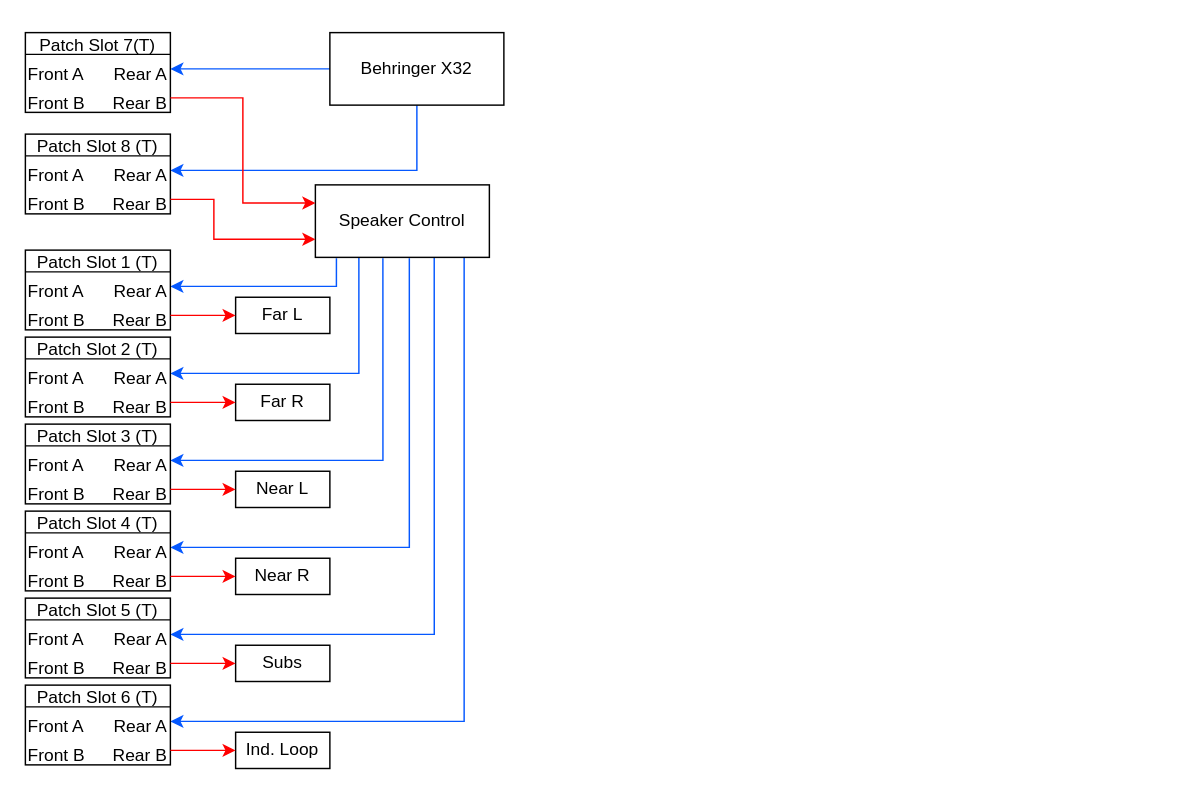
This is page "Page-8" (8 of 9) of bedlam.drawio from leon0241/bedlam-audio-route, a draw.io file, before an edit. Source tidied: cells renumbered, new cells numbered last; positions are measured from the earlier drawing's top-left corner, leaving out a move shared by most shapes. Both pictures are drawn from the tidied source at 145%, with x=0, y=0 at pixel (25, 25).
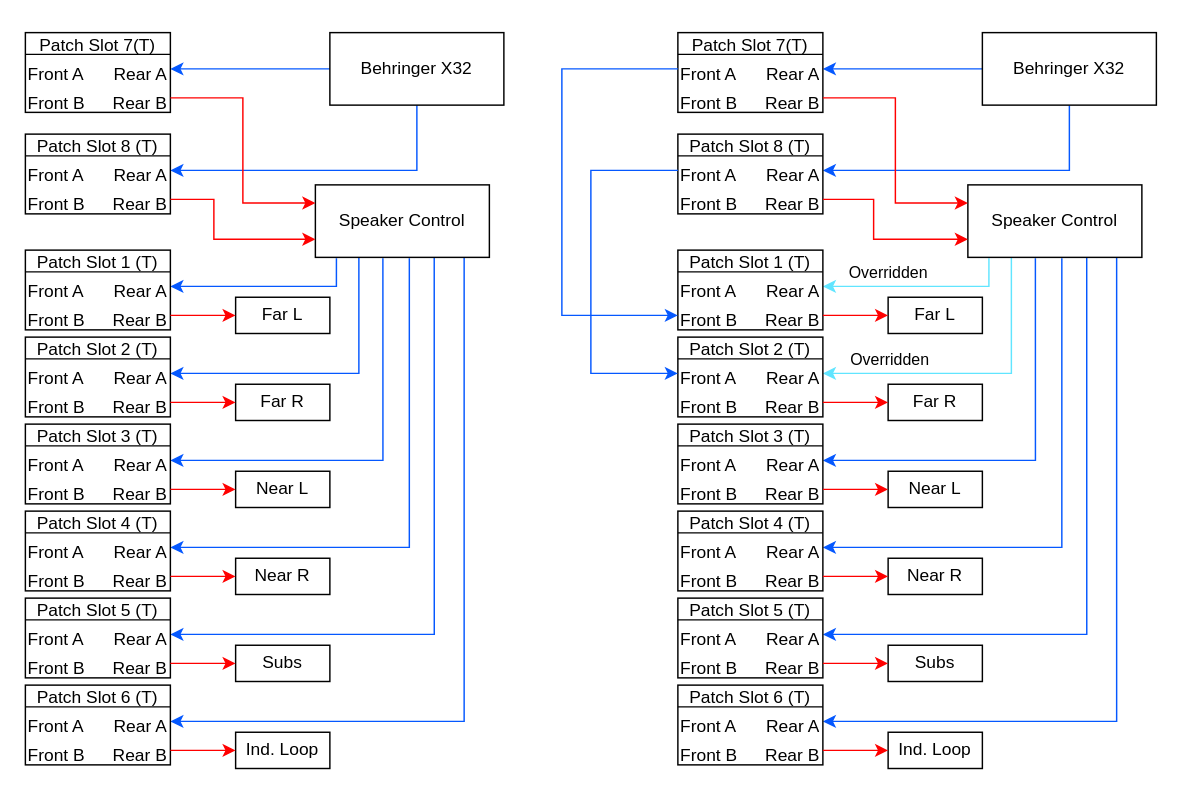
Above is the later version.

What changed in the source:
```diff
@@
+    <mxCell id="90" style="edgeStyle=orthogonalEdgeStyle;rounded=0;jettySize=auto;html=1;exitX=0;exitY=0.5;exitDx=0;exitDy=0;entryX=1;entryY=0.5;entryDx=0;entryDy=0;strokeColor=#0558FF;" parent="1" edge="1" source="92" target="96">
+      <mxGeometry relative="1" as="geometry" />
+    </mxCell>
+    <mxCell id="91" style="edgeStyle=orthogonalEdgeStyle;rounded=0;jettySize=auto;html=1;exitX=0.5;exitY=1;exitDx=0;exitDy=0;entryX=1;entryY=0.5;entryDx=0;entryDy=0;strokeColor=#0558FF;" parent="1" edge="1" source="92" target="104">
+      <mxGeometry relative="1" as="geometry" />
+    </mxCell>
+    <mxCell id="92" value="Behringer X32" style="rounded=0;whiteSpace=wrap;html=1;" parent="1" vertex="1">
+      <mxGeometry x="660" y="5" width="120" height="50" as="geometry" />
+    </mxCell>
+    <mxCell id="93" style="group;" parent="1" vertex="1">
+      <mxGeometry x="450" width="100" height="60" as="geometry" />
+    </mxCell>
+    <mxCell id="94" style="rounded=0;whiteSpace=wrap;html=1;" parent="93" vertex="1">
+      <mxGeometry y="5" width="100" height="55" as="geometry" />
+    </mxCell>
+    <mxCell id="95" value="Front A" style="text;html=1;whiteSpace=wrap;overflow=hidden;rounded=0;" parent="93" vertex="1">
+      <mxGeometry y="20" width="50" height="20" as="geometry" />
+    </mxCell>
+    <mxCell id="96" value="&lt;div align=&quot;right&quot;&gt;Rear A&lt;/div&gt;" style="text;html=1;whiteSpace=wrap;overflow=hidden;rounded=0;align=right;" parent="93" vertex="1">
+      <mxGeometry x="50" y="20" width="50" height="20" as="geometry" />
+    </mxCell>
+    <mxCell id="97" value="&lt;div align=&quot;right&quot;&gt;Rear B&lt;/div&gt;" style="text;html=1;whiteSpace=wrap;overflow=hidden;rounded=0;align=right;" parent="93" vertex="1">
+      <mxGeometry x="50" y="40" width="50" height="20" as="geometry" />
+    </mxCell>
+    <mxCell id="98" value="Front B" style="text;html=1;whiteSpace=wrap;overflow=hidden;rounded=0;" parent="93" vertex="1">
+      <mxGeometry y="40" width="50" height="20" as="geometry" />
+    </mxCell>
+    <mxCell id="99" style="endArrow=none;html=1;rounded=0;exitX=0;exitY=0;exitDx=0;exitDy=0;entryX=1;entryY=0;entryDx=0;entryDy=0;" parent="93" edge="1" source="95" target="96">
+      <mxGeometry relative="1" as="geometry" />
+    </mxCell>
+    <mxCell id="100" value="Patch Slot 7(T)" style="text;html=1;whiteSpace=wrap;overflow=hidden;rounded=0;align=center;" parent="93" vertex="1">
+      <mxGeometry width="100" height="20" as="geometry" />
+    </mxCell>
+    <mxCell id="101" style="group;" parent="1" vertex="1">
+      <mxGeometry x="450" y="70" width="100" height="60" as="geometry" />
+    </mxCell>
+    <mxCell id="102" style="rounded=0;whiteSpace=wrap;html=1;" parent="101" vertex="1">
+      <mxGeometry y="5" width="100" height="55" as="geometry" />
+    </mxCell>
+    <mxCell id="103" value="Front A" style="text;html=1;whiteSpace=wrap;overflow=hidden;rounded=0;" parent="101" vertex="1">
+      <mxGeometry y="20" width="50" height="20" as="geometry" />
+    </mxCell>
+    <mxCell id="104" value="&lt;div align=&quot;right&quot;&gt;Rear A&lt;/div&gt;" style="text;html=1;whiteSpace=wrap;overflow=hidden;rounded=0;align=right;" parent="101" vertex="1">
+      <mxGeometry x="50" y="20" width="50" height="20" as="geometry" />
+    </mxCell>
+    <mxCell id="105" value="&lt;div align=&quot;right&quot;&gt;Rear B&lt;/div&gt;" style="text;html=1;whiteSpace=wrap;overflow=hidden;rounded=0;align=right;" parent="101" vertex="1">
+      <mxGeometry x="50" y="40" width="50" height="20" as="geometry" />
+    </mxCell>
+    <mxCell id="106" value="Front B" style="text;html=1;whiteSpace=wrap;overflow=hidden;rounded=0;" parent="101" vertex="1">
+      <mxGeometry y="40" width="50" height="20" as="geometry" />
+    </mxCell>
+    <mxCell id="107" style="endArrow=none;html=1;rounded=0;exitX=0;exitY=0;exitDx=0;exitDy=0;entryX=1;entryY=0;entryDx=0;entryDy=0;" parent="101" edge="1" source="103" target="104">
+      <mxGeometry relative="1" as="geometry" />
+    </mxCell>
+    <mxCell id="108" value="Patch Slot 8 (T)" style="text;html=1;whiteSpace=wrap;overflow=hidden;rounded=0;align=center;" parent="101" vertex="1">
+      <mxGeometry width="100" height="20" as="geometry" />
+    </mxCell>
+    <mxCell id="109" style="edgeStyle=orthogonalEdgeStyle;rounded=0;jettySize=auto;html=1;exitX=0.121;exitY=1.011;exitDx=0;exitDy=0;entryX=1;entryY=0.5;entryDx=0;entryDy=0;exitPerimeter=0;strokeColor=#61E5FF;" parent="1" edge="1" source="117" target="123">
+      <mxGeometry relative="1" as="geometry" />
+    </mxCell>
+    <mxCell id="110" value="Overridden" style="edgeLabel;html=1;align=center;verticalAlign=middle;strokeColor=#FF0000;" parent="109" vertex="1">
+      <mxGeometry x="0.74" relative="1" as="geometry">
+        <mxPoint x="28" y="-10" as="offset" />
+      </mxGeometry>
+    </mxCell>
+    <mxCell id="111" style="edgeStyle=orthogonalEdgeStyle;rounded=0;jettySize=auto;html=1;exitX=0.25;exitY=1;exitDx=0;exitDy=0;entryX=1;entryY=0.5;entryDx=0;entryDy=0;strokeColor=#61E5FF;" parent="1" edge="1" source="117" target="131">
+      <mxGeometry relative="1" as="geometry" />
+    </mxCell>
+    <mxCell id="112" value="Overridden" style="edgeLabel;html=1;align=center;verticalAlign=middle;" parent="111" vertex="1">
+      <mxGeometry x="0.67" relative="1" as="geometry">
+        <mxPoint x="10" y="-10" as="offset" />
+      </mxGeometry>
+    </mxCell>
+    <mxCell id="113" style="edgeStyle=orthogonalEdgeStyle;rounded=0;jettySize=auto;html=1;exitX=0.388;exitY=1.011;exitDx=0;exitDy=0;entryX=1;entryY=0.5;entryDx=0;entryDy=0;exitPerimeter=0;strokeColor=#0558FF;" parent="1" edge="1" source="117" target="139">
+      <mxGeometry relative="1" as="geometry" />
+    </mxCell>
+    <mxCell id="114" style="edgeStyle=orthogonalEdgeStyle;rounded=0;jettySize=auto;html=1;exitX=0.54;exitY=1.011;exitDx=0;exitDy=0;entryX=1;entryY=0.5;entryDx=0;entryDy=0;exitPerimeter=0;strokeColor=#0558FF;" parent="1" edge="1" source="117" target="147">
+      <mxGeometry relative="1" as="geometry" />
+    </mxCell>
+    <mxCell id="115" style="edgeStyle=orthogonalEdgeStyle;rounded=0;jettySize=auto;html=1;exitX=0.683;exitY=1;exitDx=0;exitDy=0;entryX=1;entryY=0.5;entryDx=0;entryDy=0;exitPerimeter=0;strokeColor=#0558FF;" parent="1" edge="1" source="117" target="155">
+      <mxGeometry relative="1" as="geometry" />
+    </mxCell>
+    <mxCell id="116" style="edgeStyle=orthogonalEdgeStyle;rounded=0;jettySize=auto;html=1;exitX=0.855;exitY=1;exitDx=0;exitDy=0;entryX=1;entryY=0.5;entryDx=0;entryDy=0;exitPerimeter=0;strokeColor=#0558FF;" parent="1" edge="1" source="117" target="163">
+      <mxGeometry relative="1" as="geometry" />
+    </mxCell>
+    <mxCell id="117" value="Speaker Control" style="rounded=0;whiteSpace=wrap;html=1;" parent="1" vertex="1">
+      <mxGeometry x="650" y="110" width="120" height="50" as="geometry" />
+    </mxCell>
+    <mxCell id="118" style="edgeStyle=orthogonalEdgeStyle;rounded=0;jettySize=auto;html=1;exitX=1;exitY=0.5;exitDx=0;exitDy=0;entryX=0;entryY=0.25;entryDx=0;entryDy=0;strokeColor=#FF0000;" parent="1" edge="1" source="97" target="117">
+      <mxGeometry relative="1" as="geometry" />
+    </mxCell>
+    <mxCell id="119" style="edgeStyle=orthogonalEdgeStyle;rounded=0;jettySize=auto;html=1;exitX=1;exitY=0.5;exitDx=0;exitDy=0;entryX=0;entryY=0.75;entryDx=0;entryDy=0;strokeColor=#FF0000;" parent="1" edge="1" source="105" target="117">
+      <mxGeometry relative="1" as="geometry">
+        <Array as="points">
+          <mxPoint x="585" y="120" />
+          <mxPoint x="585" y="148" />
+        </Array>
+      </mxGeometry>
+    </mxCell>
+    <mxCell id="120" style="group;" parent="1" vertex="1">
+      <mxGeometry x="450" y="150" width="100" height="60" as="geometry" />
+    </mxCell>
+    <mxCell id="121" style="rounded=0;whiteSpace=wrap;html=1;" parent="120" vertex="1">
+      <mxGeometry y="5" width="100" height="55" as="geometry" />
+    </mxCell>
+    <mxCell id="122" value="Front A" style="text;html=1;whiteSpace=wrap;overflow=hidden;rounded=0;" parent="120" vertex="1">
+      <mxGeometry y="20" width="50" height="20" as="geometry" />
+    </mxCell>
+    <mxCell id="123" value="&lt;div align=&quot;right&quot;&gt;Rear A&lt;/div&gt;" style="text;html=1;whiteSpace=wrap;overflow=hidden;rounded=0;align=right;" parent="120" vertex="1">
+      <mxGeometry x="50" y="20" width="50" height="20" as="geometry" />
+    </mxCell>
+    <mxCell id="124" value="&lt;div align=&quot;right&quot;&gt;Rear B&lt;/div&gt;" style="text;html=1;whiteSpace=wrap;overflow=hidden;rounded=0;align=right;" parent="120" vertex="1">
+      <mxGeometry x="50" y="40" width="50" height="20" as="geometry" />
+    </mxCell>
+    <mxCell id="125" value="Front B" style="text;html=1;whiteSpace=wrap;overflow=hidden;rounded=0;" parent="120" vertex="1">
+      <mxGeometry y="40" width="50" height="20" as="geometry" />
+    </mxCell>
+    <mxCell id="126" style="endArrow=none;html=1;rounded=0;exitX=0;exitY=0;exitDx=0;exitDy=0;entryX=1;entryY=0;entryDx=0;entryDy=0;" parent="120" edge="1" source="122" target="123">
+      <mxGeometry relative="1" as="geometry" />
+    </mxCell>
+    <mxCell id="127" value="Patch Slot 1 (T)" style="text;html=1;whiteSpace=wrap;overflow=hidden;rounded=0;align=center;" parent="120" vertex="1">
+      <mxGeometry width="100" height="20" as="geometry" />
+    </mxCell>
+    <mxCell id="128" style="group;" parent="1" vertex="1">
+      <mxGeometry x="450" y="210" width="100" height="60" as="geometry" />
+    </mxCell>
+    <mxCell id="129" style="rounded=0;whiteSpace=wrap;html=1;" parent="128" vertex="1">
+      <mxGeometry y="5" width="100" height="55" as="geometry" />
+    </mxCell>
+    <mxCell id="130" value="Front A" style="text;html=1;whiteSpace=wrap;overflow=hidden;rounded=0;" parent="128" vertex="1">
+      <mxGeometry y="20" width="50" height="20" as="geometry" />
+    </mxCell>
+    <mxCell id="131" value="&lt;div align=&quot;right&quot;&gt;Rear A&lt;/div&gt;" style="text;html=1;whiteSpace=wrap;overflow=hidden;rounded=0;align=right;" parent="128" vertex="1">
+      <mxGeometry x="50" y="20" width="50" height="20" as="geometry" />
+    </mxCell>
+    <mxCell id="132" value="&lt;div align=&quot;right&quot;&gt;Rear B&lt;/div&gt;" style="text;html=1;whiteSpace=wrap;overflow=hidden;rounded=0;align=right;" parent="128" vertex="1">
+      <mxGeometry x="50" y="40" width="50" height="20" as="geometry" />
+    </mxCell>
+    <mxCell id="133" value="Front B" style="text;html=1;whiteSpace=wrap;overflow=hidden;rounded=0;" parent="128" vertex="1">
+      <mxGeometry y="40" width="50" height="20" as="geometry" />
+    </mxCell>
+    <mxCell id="134" style="endArrow=none;html=1;rounded=0;exitX=0;exitY=0;exitDx=0;exitDy=0;entryX=1;entryY=0;entryDx=0;entryDy=0;" parent="128" edge="1" source="130" target="131">
+      <mxGeometry relative="1" as="geometry" />
+    </mxCell>
+    <mxCell id="135" value="Patch Slot 2 (T)" style="text;html=1;whiteSpace=wrap;overflow=hidden;rounded=0;align=center;" parent="128" vertex="1">
+      <mxGeometry width="100" height="20" as="geometry" />
+    </mxCell>
+    <mxCell id="136" style="group;" parent="1" vertex="1">
+      <mxGeometry x="450" y="270" width="100" height="60" as="geometry" />
+    </mxCell>
+    <mxCell id="137" style="rounded=0;whiteSpace=wrap;html=1;" parent="136" vertex="1">
+      <mxGeometry y="5" width="100" height="55" as="geometry" />
+    </mxCell>
+    <mxCell id="138" value="Front A" style="text;html=1;whiteSpace=wrap;overflow=hidden;rounded=0;" parent="136" vertex="1">
+      <mxGeometry y="20" width="50" height="20" as="geometry" />
+    </mxCell>
+    <mxCell id="139" value="&lt;div align=&quot;right&quot;&gt;Rear A&lt;/div&gt;" style="text;html=1;whiteSpace=wrap;overflow=hidden;rounded=0;align=right;" parent="136" vertex="1">
+      <mxGeometry x="50" y="20" width="50" height="20" as="geometry" />
+    </mxCell>
+    <mxCell id="140" value="&lt;div align=&quot;right&quot;&gt;Rear B&lt;/div&gt;" style="text;html=1;whiteSpace=wrap;overflow=hidden;rounded=0;align=right;" parent="136" vertex="1">
+      <mxGeometry x="50" y="40" width="50" height="20" as="geometry" />
+    </mxCell>
+    <mxCell id="141" value="Front B" style="text;html=1;whiteSpace=wrap;overflow=hidden;rounded=0;" parent="136" vertex="1">
+      <mxGeometry y="40" width="50" height="20" as="geometry" />
+    </mxCell>
+    <mxCell id="142" style="endArrow=none;html=1;rounded=0;exitX=0;exitY=0;exitDx=0;exitDy=0;entryX=1;entryY=0;entryDx=0;entryDy=0;" parent="136" edge="1" source="138" target="139">
+      <mxGeometry relative="1" as="geometry" />
+    </mxCell>
+    <mxCell id="143" value="Patch Slot 3 (T)" style="text;html=1;whiteSpace=wrap;overflow=hidden;rounded=0;align=center;" parent="136" vertex="1">
+      <mxGeometry width="100" height="20" as="geometry" />
+    </mxCell>
+    <mxCell id="144" style="group;" parent="1" vertex="1">
+      <mxGeometry x="450" y="330" width="100" height="60" as="geometry" />
+    </mxCell>
+    <mxCell id="145" style="rounded=0;whiteSpace=wrap;html=1;" parent="144" vertex="1">
+      <mxGeometry y="5" width="100" height="55" as="geometry" />
+    </mxCell>
+    <mxCell id="146" value="Front A" style="text;html=1;whiteSpace=wrap;overflow=hidden;rounded=0;" parent="144" vertex="1">
+      <mxGeometry y="20" width="50" height="20" as="geometry" />
+    </mxCell>
+    <mxCell id="147" value="&lt;div align=&quot;right&quot;&gt;Rear A&lt;/div&gt;" style="text;html=1;whiteSpace=wrap;overflow=hidden;rounded=0;align=right;" parent="144" vertex="1">
+      <mxGeometry x="50" y="20" width="50" height="20" as="geometry" />
+    </mxCell>
+    <mxCell id="148" value="&lt;div align=&quot;right&quot;&gt;Rear B&lt;/div&gt;" style="text;html=1;whiteSpace=wrap;overflow=hidden;rounded=0;align=right;" parent="144" vertex="1">
+      <mxGeometry x="50" y="40" width="50" height="20" as="geometry" />
+    </mxCell>
+    <mxCell id="149" value="Front B" style="text;html=1;whiteSpace=wrap;overflow=hidden;rounded=0;" parent="144" vertex="1">
+      <mxGeometry y="40" width="50" height="20" as="geometry" />
+    </mxCell>
+    <mxCell id="150" style="endArrow=none;html=1;rounded=0;exitX=0;exitY=0;exitDx=0;exitDy=0;entryX=1;entryY=0;entryDx=0;entryDy=0;" parent="144" edge="1" source="146" target="147">
+      <mxGeometry relative="1" as="geometry" />
+    </mxCell>
+    <mxCell id="151" value="Patch Slot 4 (T)" style="text;html=1;whiteSpace=wrap;overflow=hidden;rounded=0;align=center;" parent="144" vertex="1">
+      <mxGeometry width="100" height="20" as="geometry" />
+    </mxCell>
+    <mxCell id="152" style="group;" parent="1" vertex="1">
+      <mxGeometry x="450" y="390" width="100" height="60" as="geometry" />
+    </mxCell>
+    <mxCell id="153" style="rounded=0;whiteSpace=wrap;html=1;" parent="152" vertex="1">
+      <mxGeometry y="5" width="100" height="55" as="geometry" />
+    </mxCell>
+    <mxCell id="154" value="Front A" style="text;html=1;whiteSpace=wrap;overflow=hidden;rounded=0;" parent="152" vertex="1">
+      <mxGeometry y="20" width="50" height="20" as="geometry" />
+    </mxCell>
+    <mxCell id="155" value="&lt;div align=&quot;right&quot;&gt;Rear A&lt;/div&gt;" style="text;html=1;whiteSpace=wrap;overflow=hidden;rounded=0;align=right;" parent="152" vertex="1">
+      <mxGeometry x="50" y="20" width="50" height="20" as="geometry" />
+    </mxCell>
+    <mxCell id="156" value="&lt;div align=&quot;right&quot;&gt;Rear B&lt;/div&gt;" style="text;html=1;whiteSpace=wrap;overflow=hidden;rounded=0;align=right;" parent="152" vertex="1">
+      <mxGeometry x="50" y="40" width="50" height="20" as="geometry" />
+    </mxCell>
+    <mxCell id="157" value="Front B" style="text;html=1;whiteSpace=wrap;overflow=hidden;rounded=0;" parent="152" vertex="1">
+      <mxGeometry y="40" width="50" height="20" as="geometry" />
+    </mxCell>
+    <mxCell id="158" style="endArrow=none;html=1;rounded=0;exitX=0;exitY=0;exitDx=0;exitDy=0;entryX=1;entryY=0;entryDx=0;entryDy=0;" parent="152" edge="1" source="154" target="155">
+      <mxGeometry relative="1" as="geometry" />
+    </mxCell>
+    <mxCell id="159" value="Patch Slot 5 (T)" style="text;html=1;whiteSpace=wrap;overflow=hidden;rounded=0;align=center;" parent="152" vertex="1">
+      <mxGeometry width="100" height="20" as="geometry" />
+    </mxCell>
+    <mxCell id="160" style="group;" parent="1" vertex="1">
+      <mxGeometry x="450" y="450" width="100" height="60" as="geometry" />
+    </mxCell>
+    <mxCell id="161" style="rounded=0;whiteSpace=wrap;html=1;" parent="160" vertex="1">
+      <mxGeometry y="5" width="100" height="55" as="geometry" />
+    </mxCell>
+    <mxCell id="162" value="Front A" style="text;html=1;whiteSpace=wrap;overflow=hidden;rounded=0;" parent="160" vertex="1">
+      <mxGeometry y="20" width="50" height="20" as="geometry" />
+    </mxCell>
+    <mxCell id="163" value="&lt;div align=&quot;right&quot;&gt;Rear A&lt;/div&gt;" style="text;html=1;whiteSpace=wrap;overflow=hidden;rounded=0;align=right;" parent="160" vertex="1">
+      <mxGeometry x="50" y="20" width="50" height="20" as="geometry" />
+    </mxCell>
+    <mxCell id="164" value="&lt;div align=&quot;right&quot;&gt;Rear B&lt;/div&gt;" style="text;html=1;whiteSpace=wrap;overflow=hidden;rounded=0;align=right;" parent="160" vertex="1">
+      <mxGeometry x="50" y="40" width="50" height="20" as="geometry" />
+    </mxCell>
+    <mxCell id="165" value="Front B" style="text;html=1;whiteSpace=wrap;overflow=hidden;rounded=0;" parent="160" vertex="1">
+      <mxGeometry y="40" width="50" height="20" as="geometry" />
+    </mxCell>
+    <mxCell id="166" style="endArrow=none;html=1;rounded=0;exitX=0;exitY=0;exitDx=0;exitDy=0;entryX=1;entryY=0;entryDx=0;entryDy=0;" parent="160" edge="1" source="162" target="163">
+      <mxGeometry relative="1" as="geometry" />
+    </mxCell>
+    <mxCell id="167" value="Patch Slot 6 (T)" style="text;html=1;whiteSpace=wrap;overflow=hidden;rounded=0;align=center;" parent="160" vertex="1">
+      <mxGeometry width="100" height="20" as="geometry" />
+    </mxCell>
+    <mxCell id="168" value="Far L" style="whiteSpace=wrap;html=1;" parent="1" vertex="1">
+      <mxGeometry x="595" y="187.5" width="65" height="25" as="geometry" />
+    </mxCell>
+    <mxCell id="169" style="edgeStyle=orthogonalEdgeStyle;rounded=0;jettySize=auto;html=1;strokeColor=#FF0000;" parent="1" edge="1" source="124" target="168">
+      <mxGeometry relative="1" as="geometry" />
+    </mxCell>
+    <mxCell id="170" value="Far R" style="whiteSpace=wrap;html=1;" parent="1" vertex="1">
+      <mxGeometry x="595" y="247.5" width="65" height="25" as="geometry" />
+    </mxCell>
+    <mxCell id="171" style="edgeStyle=orthogonalEdgeStyle;rounded=0;jettySize=auto;html=1;strokeColor=#FF0000;exitX=1;exitY=0.5;exitDx=0;exitDy=0;" parent="1" edge="1" source="132" target="170">
+      <mxGeometry relative="1" as="geometry" />
+    </mxCell>
+    <mxCell id="172" value="Near L" style="whiteSpace=wrap;html=1;" parent="1" vertex="1">
+      <mxGeometry x="595" y="307.5" width="65" height="25" as="geometry" />
+    </mxCell>
+    <mxCell id="173" style="edgeStyle=orthogonalEdgeStyle;rounded=0;jettySize=auto;html=1;strokeColor=#FF0000;exitX=1;exitY=0.5;exitDx=0;exitDy=0;" parent="1" edge="1" source="140" target="172">
+      <mxGeometry relative="1" as="geometry" />
+    </mxCell>
+    <mxCell id="174" value="Near R" style="whiteSpace=wrap;html=1;" parent="1" vertex="1">
+      <mxGeometry x="595" y="367.5" width="65" height="25" as="geometry" />
+    </mxCell>
+    <mxCell id="175" style="edgeStyle=orthogonalEdgeStyle;rounded=0;jettySize=auto;html=1;strokeColor=#FF0000;exitX=1;exitY=0.5;exitDx=0;exitDy=0;" parent="1" edge="1" source="148" target="174">
+      <mxGeometry relative="1" as="geometry" />
+    </mxCell>
+    <mxCell id="176" value="Subs" style="whiteSpace=wrap;html=1;" parent="1" vertex="1">
+      <mxGeometry x="595" y="427.5" width="65" height="25" as="geometry" />
+    </mxCell>
+    <mxCell id="177" style="edgeStyle=orthogonalEdgeStyle;rounded=0;jettySize=auto;html=1;strokeColor=#FF0000;exitX=1;exitY=0.5;exitDx=0;exitDy=0;" parent="1" edge="1" source="156" target="176">
+      <mxGeometry relative="1" as="geometry" />
+    </mxCell>
+    <mxCell id="178" value="Ind. Loop" style="whiteSpace=wrap;html=1;" parent="1" vertex="1">
+      <mxGeometry x="595" y="487.5" width="65" height="25" as="geometry" />
+    </mxCell>
+    <mxCell id="179" style="edgeStyle=orthogonalEdgeStyle;rounded=0;jettySize=auto;html=1;strokeColor=#FF0000;exitX=1;exitY=0.5;exitDx=0;exitDy=0;" parent="1" edge="1" source="164" target="178">
+      <mxGeometry relative="1" as="geometry" />
+    </mxCell>
+    <mxCell id="180" style="edgeStyle=orthogonalEdgeStyle;rounded=0;jettySize=auto;html=1;exitX=0;exitY=0.5;exitDx=0;exitDy=0;entryX=0;entryY=0.5;entryDx=0;entryDy=0;strokeColor=#0558FF;" parent="1" edge="1" source="95" target="125">
+      <mxGeometry relative="1" as="geometry">
+        <Array as="points">
+          <mxPoint x="370" y="30" />
+          <mxPoint x="370" y="200" />
+        </Array>
+      </mxGeometry>
+    </mxCell>
+    <mxCell id="181" style="edgeStyle=orthogonalEdgeStyle;rounded=0;jettySize=auto;html=1;exitX=0;exitY=0.5;exitDx=0;exitDy=0;entryX=0;entryY=0.5;entryDx=0;entryDy=0;strokeColor=#0558FF;" parent="1" edge="1" source="103" target="130">
+      <mxGeometry relative="1" as="geometry">
+        <Array as="points">
+          <mxPoint x="390" y="100" />
+          <mxPoint x="390" y="240" />
+        </Array>
+      </mxGeometry>
+    </mxCell>
```
